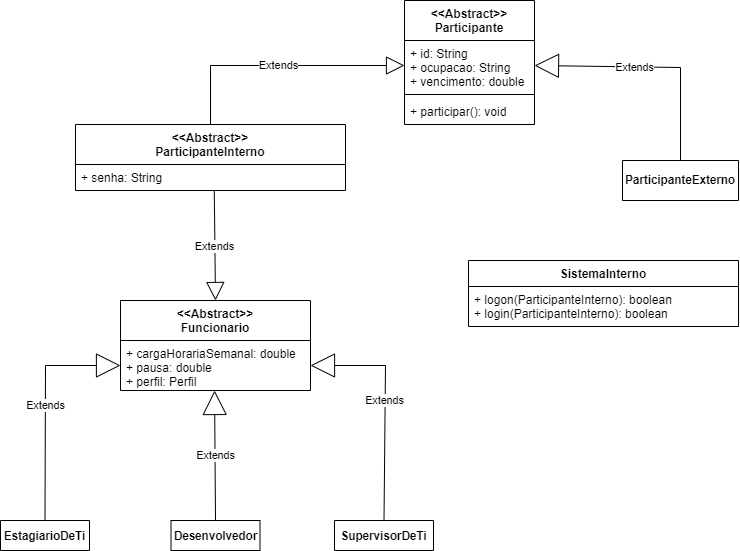
andre-alck/erp keeps this draw.io diagram as erp.png. Above is the earlier version. Source tidied: cells renumbered, new cells last; positions are measured from the earlier drawing's top-left corner, leaving out a move shared by most shapes.
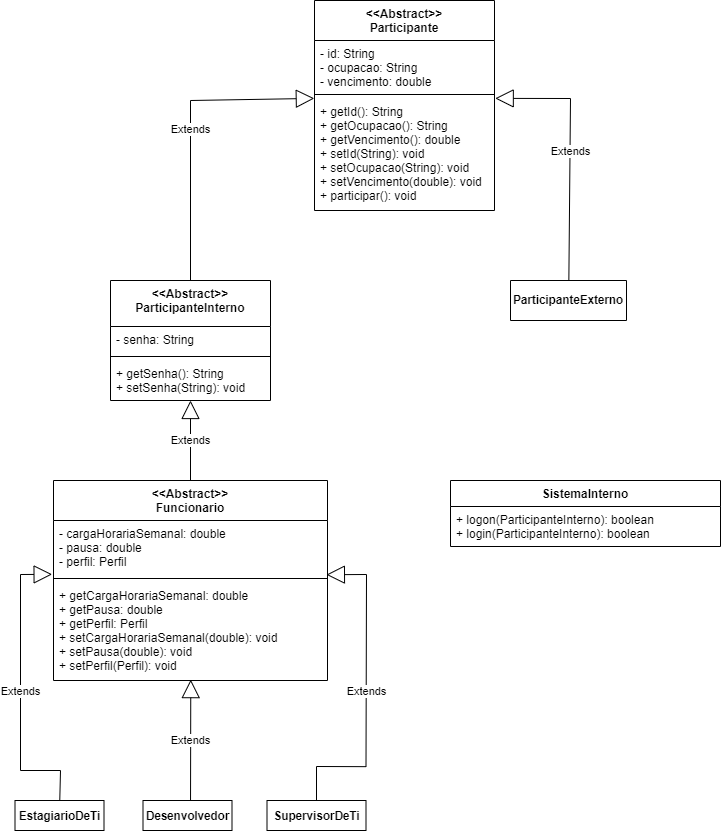
Later version of the same file.

Commit message:
feat: update diagrama uml

The edit, as a diff of the source:
```diff
@@ -3,83 +3,99 @@
     <mxCell id="0" />
     <mxCell id="1" parent="0" />
     <mxCell id="2" value="&lt;div style=&quot;&quot;&gt;&lt;span style=&quot;font-size: 11.64px;&quot;&gt;&lt;b&gt;ParticipanteExterno&lt;/b&gt;&lt;/span&gt;&lt;/div&gt;" style="verticalAlign=middle;align=center;vsdxID=5;fillColor=#ffffff;gradientColor=none;shape=(stored shape, 172 characters);strokeColor=#000000;spacingTop=-3;spacingBottom=-3;spacingLeft=-3;spacingRight=-3;points=[];labelBackgroundColor=none;rounded=0;html=1;whiteSpace=wrap;" parent="1" vertex="1">
-      <mxGeometry x="622" y="160" width="116" height="40" as="geometry" />
+      <mxGeometry x="454" y="240" width="116" height="40" as="geometry" />
     </mxCell>
     <mxCell id="3" value="&lt;div style=&quot;font-size: 1px&quot;&gt;&lt;font style=&quot;font-size:11.64px;font-family:Helvetica;color:#000000;direction:ltr;letter-spacing:0px;line-height:120%;opacity:1&quot;&gt;&lt;b&gt;SupervisorDeTi&lt;/b&gt;&lt;/font&gt;&lt;/div&gt;" style="verticalAlign=middle;align=center;vsdxID=8;fillColor=#ffffff;gradientColor=none;shape=(stored shape, 172 characters);strokeColor=#000000;spacingTop=-3;spacingBottom=-3;spacingLeft=-3;spacingRight=-3;points=[];labelBackgroundColor=none;rounded=0;html=1;whiteSpace=wrap;" parent="1" vertex="1">
-      <mxGeometry x="334" y="520" width="99" height="30" as="geometry" />
+      <mxGeometry x="210.5" y="760" width="99" height="30" as="geometry" />
     </mxCell>
     <mxCell id="4" value="&lt;div style=&quot;font-size: 1px&quot;&gt;&lt;font style=&quot;font-size:11.64px;font-family:Helvetica;color:#000000;direction:ltr;letter-spacing:0px;line-height:120%;opacity:1&quot;&gt;&lt;b&gt;EstagiarioDeTi&lt;/b&gt;&lt;/font&gt;&lt;/div&gt;" style="verticalAlign=middle;align=center;vsdxID=13;fillColor=#ffffff;gradientColor=none;shape=(stored shape, 172 characters);strokeColor=#000000;spacingTop=-3;spacingBottom=-3;spacingLeft=-3;spacingRight=-3;points=[];labelBackgroundColor=none;rounded=0;html=1;whiteSpace=wrap;" parent="1" vertex="1">
-      <mxGeometry y="520" width="89" height="30" as="geometry" />
+      <mxGeometry x="-41.5" y="760" width="89" height="30" as="geometry" />
     </mxCell>
     <mxCell id="5" value="&lt;div style=&quot;font-size: 1px&quot;&gt;&lt;font style=&quot;font-size:11.64px;font-family:Helvetica;color:#000000;direction:ltr;letter-spacing:0px;line-height:120%;opacity:1&quot;&gt;&lt;b&gt;Desenvolvedor&lt;/b&gt;&lt;/font&gt;&lt;/div&gt;" style="verticalAlign=middle;align=center;vsdxID=14;fillColor=#ffffff;gradientColor=none;shape=(stored shape, 172 characters);strokeColor=#000000;spacingTop=-3;spacingBottom=-3;spacingLeft=-3;spacingRight=-3;points=[];labelBackgroundColor=none;rounded=0;html=1;whiteSpace=wrap;" parent="1" vertex="1">
-      <mxGeometry x="170.5" y="520" width="89" height="30" as="geometry" />
+      <mxGeometry x="86.5" y="760" width="89" height="30" as="geometry" />
     </mxCell>
     <mxCell id="6" parent="1" vertex="1">
-      <mxGeometry x="210" y="300" as="geometry" />
+      <mxGeometry x="316.5" y="530" as="geometry" />
     </mxCell>
-    <mxCell id="7" value="&lt;div style=&quot;font-size: 1px&quot;&gt;&lt;font style=&quot;font-size:10.67px;font-family:Helvetica;color:#000000;direction:ltr;letter-spacing:0px;line-height:120%;opacity:1&quot;&gt;Extends&lt;/font&gt;&lt;/div&gt;" style="vsdxID=7;edgeStyle=none;startArrow=none;endFill=0;endArrow=block;startSize=5;endSize=22;strokeColor=#000000;spacingTop=0;spacingBottom=0;spacingLeft=0;spacingRight=0;verticalAlign=middle;html=1;labelBackgroundColor=#ffffff;rounded=0;align=center;exitX=0.5;exitY=0;exitDx=0;exitDy=0;exitPerimeter=0;entryX=1;entryY=0.5;entryDx=0;entryDy=0;" parent="1" edge="1" source="2" target="14">
-      <mxGeometry x="0.16" y="1" relative="1" as="geometry">
-        <Array as="points">
-          <mxPoint x="680" y="67" />
-        </Array>
-      </mxGeometry>
-    </mxCell>
-    <mxCell id="8" value="&lt;div style=&quot;font-size: 1px&quot;&gt;&lt;font style=&quot;font-size:10.67px;font-family:Helvetica;color:#000000;direction:ltr;letter-spacing:0px;line-height:120%;opacity:1&quot;&gt;Extends&lt;/font&gt;&lt;/div&gt;" style="vsdxID=15;edgeStyle=none;startArrow=none;endFill=0;endArrow=block;startSize=5;endSize=22;strokeColor=#000000;spacingTop=0;spacingBottom=0;spacingLeft=0;spacingRight=0;verticalAlign=middle;html=1;labelBackgroundColor=#ffffff;rounded=0;align=center;exitX=0.5;exitY=0;exitDx=0;exitDy=0;exitPerimeter=0;entryX=1;entryY=0.5;entryDx=0;entryDy=0;" parent="1" edge="1" source="3" target="12">
-      <mxGeometry x="0.04" y="1" relative="1" as="geometry">
-        <Array as="points">
-          <mxPoint x="385" y="365" />
-        </Array>
-      </mxGeometry>
-    </mxCell>
-    <mxCell id="9" value="&lt;div style=&quot;font-size: 1px&quot;&gt;&lt;font style=&quot;font-size:10.67px;font-family:Helvetica;color:#000000;direction:ltr;letter-spacing:0px;line-height:120%;opacity:1&quot;&gt;Extends&lt;/font&gt;&lt;/div&gt;" style="vsdxID=16;edgeStyle=none;startArrow=none;endFill=0;endArrow=block;startSize=5;endSize=22;strokeColor=#000000;spacingTop=0;spacingBottom=0;spacingLeft=0;spacingRight=0;verticalAlign=middle;html=1;labelBackgroundColor=#ffffff;rounded=0;align=center;exitX=0.5;exitY=0;exitDx=0;exitDy=0;exitPerimeter=0;entryX=0.495;entryY=1;entryDx=0;entryDy=0;entryPerimeter=0;" parent="1" edge="1" source="5" target="12">
-      <mxGeometry relative="1" as="geometry" />
-    </mxCell>
-    <mxCell id="10" value="&lt;div style=&quot;font-size: 1px&quot;&gt;&lt;font style=&quot;font-size:10.67px;font-family:Helvetica;color:#000000;direction:ltr;letter-spacing:0px;line-height:120%;opacity:1&quot;&gt;Extends&lt;/font&gt;&lt;/div&gt;" style="vsdxID=17;edgeStyle=none;startArrow=none;endFill=0;endArrow=block;startSize=5;endSize=22;strokeColor=#000000;spacingTop=0;spacingBottom=0;spacingLeft=0;spacingRight=0;verticalAlign=middle;html=1;labelBackgroundColor=#ffffff;rounded=0;align=center;exitX=0.5;exitY=0;exitDx=0;exitDy=0;exitPerimeter=0;entryX=0;entryY=0.5;entryDx=0;entryDy=0;" parent="1" edge="1" source="4" target="12">
-      <mxGeometry relative="1" as="geometry">
-        <Array as="points">
-          <mxPoint x="45" y="365" />
-        </Array>
-      </mxGeometry>
-    </mxCell>
-    <mxCell id="11" value="&lt;&lt;Abstract&gt;&gt;&#10;Funcionario" style="swimlane;fontStyle=1;align=center;verticalAlign=top;horizontal=1;startSize=40;" parent="1" vertex="1">
-      <mxGeometry x="120" y="300" width="190" height="90" as="geometry" />
-    </mxCell>
-    <mxCell id="12" value="+ cargaHorariaSemanal: double&#10;+ pausa: double&#10;+ perfil: Perfil" style="text;strokeColor=none;fillColor=none;align=left;verticalAlign=top;spacingLeft=4;spacingRight=4;overflow=hidden;points=[[0,0.5],[1,0.5]];portConstraint=eastwest;" parent="11" vertex="1">
-      <mxGeometry y="40" width="190" height="50" as="geometry" />
-    </mxCell>
     <mxCell id="13" value="&lt;&lt;Abstract&gt;&gt;&#10;Participante" style="swimlane;fontStyle=1;align=center;verticalAlign=top;horizontal=1;startSize=40;" parent="1" vertex="1">
-      <mxGeometry x="404" width="130" height="124" as="geometry" />
+      <mxGeometry x="258" y="-40" width="180" height="210" as="geometry" />
     </mxCell>
-    <mxCell id="14" value="+ id: String&#10;+ ocupacao: String&#10;+ vencimento: double" style="text;strokeColor=none;fillColor=none;align=left;verticalAlign=top;spacingLeft=4;spacingRight=4;overflow=hidden;points=[[0,0.5],[1,0.5]];portConstraint=eastwest;" parent="13" vertex="1">
-      <mxGeometry y="40" width="130" height="50" as="geometry" />
+    <mxCell id="14" value="- id: String&#10;- ocupacao: String&#10;- vencimento: double" style="text;strokeColor=none;fillColor=none;align=left;verticalAlign=top;spacingLeft=4;spacingRight=4;overflow=hidden;points=[[0,0.5],[1,0.5]];portConstraint=eastwest;" parent="13" vertex="1">
+      <mxGeometry y="40" width="180" height="50" as="geometry" />
     </mxCell>
     <mxCell id="15" style="line;strokeWidth=1;fillColor=none;align=left;verticalAlign=middle;spacingTop=-1;spacingLeft=3;spacingRight=3;labelPosition=right;strokeColor=inherit;" parent="13" vertex="1">
-      <mxGeometry y="90" width="130" height="8" as="geometry" />
+      <mxGeometry y="90" width="180" height="8" as="geometry" />
     </mxCell>
-    <mxCell id="16" value="+ participar(): void" style="text;strokeColor=none;fillColor=none;align=left;verticalAlign=top;spacingLeft=4;spacingRight=4;overflow=hidden;points=[[0,0.5],[1,0.5]];portConstraint=eastwest;" parent="13" vertex="1">
-      <mxGeometry y="98" width="130" height="26" as="geometry" />
+    <mxCell id="16" value="+ getId(): String&#10;+ getOcupacao(): String&#10;+ getVencimento(): double&#10;+ setId(String): void&#10;+ setOcupacao(String): void&#10;+ setVencimento(double): void&#10;+ participar(): void" style="text;strokeColor=none;fillColor=none;align=left;verticalAlign=top;spacingLeft=4;spacingRight=4;overflow=hidden;points=[[0,0.5],[1,0.5]];portConstraint=eastwest;" parent="13" vertex="1">
+      <mxGeometry y="98" width="180" height="112" as="geometry" />
     </mxCell>
-    <mxCell id="17" value="&lt;&lt;Abstract&gt;&gt;&#10;ParticipanteInterno" style="swimlane;fontStyle=1;align=center;verticalAlign=top;horizontal=1;startSize=40;" parent="1" vertex="1">
-      <mxGeometry x="75" y="124" width="270" height="66" as="geometry" />
-    </mxCell>
-    <mxCell id="18" value="+ senha: String" style="text;strokeColor=none;fillColor=none;align=left;verticalAlign=top;spacingLeft=4;spacingRight=4;overflow=hidden;points=[[0,0.5],[1,0.5]];portConstraint=eastwest;" parent="17" vertex="1">
-      <mxGeometry y="40" width="270" height="26" as="geometry" />
-    </mxCell>
-    <mxCell id="19" value="Extends" style="endArrow=block;endSize=16;endFill=0;html=1;rounded=0;entryX=0.5;entryY=0;entryDx=0;entryDy=0;exitX=0.514;exitY=1.019;exitDx=0;exitDy=0;exitPerimeter=0;" parent="1" edge="1" source="18" target="11">
-      <mxGeometry relative="1" as="geometry" />
-    </mxCell>
-    <mxCell id="20" value="Extends" style="endArrow=block;endSize=16;endFill=0;html=1;rounded=0;exitX=0.5;exitY=0;exitDx=0;exitDy=0;entryX=0;entryY=0.5;entryDx=0;entryDy=0;" parent="1" edge="1" source="17" target="14">
-      <mxGeometry relative="1" as="geometry">
-        <Array as="points">
-          <mxPoint x="210" y="65" />
-        </Array>
-      </mxGeometry>
-    </mxCell>
     <mxCell id="21" value="SistemaInterno" style="swimlane;fontStyle=1;align=center;verticalAlign=top;horizontal=1;startSize=26;" parent="1" vertex="1">
-      <mxGeometry x="468" y="260" width="270" height="66" as="geometry" />
+      <mxGeometry x="394" y="440" width="270" height="66" as="geometry" />
     </mxCell>
     <mxCell id="22" value="+ logon(ParticipanteInterno): boolean&#10;+ login(ParticipanteInterno): boolean" style="text;strokeColor=none;fillColor=none;align=left;verticalAlign=top;spacingLeft=4;spacingRight=4;overflow=hidden;" parent="21" vertex="1">
       <mxGeometry y="26" width="270" height="40" as="geometry" />
     </mxCell>
+    <mxCell id="17" value="&lt;&lt;Abstract&gt;&gt;&#10;ParticipanteInterno" style="swimlane;fontStyle=1;align=center;verticalAlign=top;horizontal=1;startSize=46;" parent="1" vertex="1">
+      <mxGeometry x="54" y="240" width="160" height="120" as="geometry" />
+    </mxCell>
+    <mxCell id="23" value="- senha: String" style="text;strokeColor=none;fillColor=none;align=left;verticalAlign=top;spacingLeft=4;spacingRight=4;overflow=hidden;" parent="17" vertex="1">
+      <mxGeometry y="46" width="160" height="26" as="geometry" />
+    </mxCell>
+    <mxCell id="24" style="line;strokeWidth=1;fillColor=none;align=left;verticalAlign=middle;spacingTop=-1;spacingLeft=3;spacingRight=3;labelPosition=right;strokeColor=inherit;" parent="17" vertex="1">
+      <mxGeometry y="72" width="160" height="8" as="geometry" />
+    </mxCell>
+    <mxCell id="25" value="+ getSenha(): String&#10;+ setSenha(String): void" style="text;strokeColor=none;fillColor=none;align=left;verticalAlign=top;spacingLeft=4;spacingRight=4;overflow=hidden;points=[[0,0.5],[1,0.5]];portConstraint=eastwest;" parent="17" vertex="1">
+      <mxGeometry y="80" width="160" height="40" as="geometry" />
+    </mxCell>
+    <mxCell id="11" value="&lt;&lt;Abstract&gt;&gt;&#10;Funcionario" style="swimlane;fontStyle=1;align=center;verticalAlign=top;horizontal=1;startSize=40;" parent="1" vertex="1">
+      <mxGeometry x="-3" y="440" width="274" height="200" as="geometry" />
+    </mxCell>
+    <mxCell id="26" value="- cargaHorariaSemanal: double&#10;- pausa: double&#10;- perfil: Perfil" style="text;strokeColor=none;fillColor=none;align=left;verticalAlign=top;spacingLeft=4;spacingRight=4;overflow=hidden;points=[[0,0.5],[1,0.5]];portConstraint=eastwest;" parent="11" vertex="1">
+      <mxGeometry y="40" width="274" height="54" as="geometry" />
+    </mxCell>
+    <mxCell id="27" style="line;strokeWidth=1;fillColor=none;align=left;verticalAlign=middle;spacingTop=-1;spacingLeft=3;spacingRight=3;labelPosition=right;strokeColor=inherit;" parent="11" vertex="1">
+      <mxGeometry y="94" width="274" height="8" as="geometry" />
+    </mxCell>
+    <mxCell id="28" value="+ getCargaHorariaSemanal: double&#10;+ getPausa: double&#10;+ getPerfil: Perfil&#10;+ setCargaHorariaSemanal(double): void&#10;+ setPausa(double): void&#10;+ setPerfil(Perfil): void" style="text;strokeColor=none;fillColor=none;align=left;verticalAlign=top;spacingLeft=4;spacingRight=4;overflow=hidden;points=[[0,0.5],[1,0.5]];portConstraint=eastwest;" parent="11" vertex="1">
+      <mxGeometry y="102" width="274" height="98" as="geometry" />
+    </mxCell>
+    <mxCell id="29" value="Extends" style="endArrow=block;endSize=16;endFill=0;html=1;rounded=0;exitX=0.5;exitY=0;exitDx=0;exitDy=0;entryX=-0.001;entryY=-0.001;entryDx=0;entryDy=0;entryPerimeter=0;" parent="1" edge="1" source="17" target="16">
+      <mxGeometry relative="1" as="geometry">
+        <Array as="points">
+          <mxPoint x="134" y="60" />
+        </Array>
+      </mxGeometry>
+    </mxCell>
+    <mxCell id="30" value="Extends" style="endArrow=block;endSize=16;endFill=0;html=1;rounded=0;exitX=0.5;exitY=0;exitDx=0;exitDy=0;entryX=0.5;entryY=1;entryDx=0;entryDy=0;entryPerimeter=0;" parent="1" edge="1" source="11" target="25">
+      <mxGeometry relative="1" as="geometry" />
+    </mxCell>
+    <mxCell id="31" value="Extends" style="endArrow=block;endSize=16;endFill=0;html=1;rounded=0;entryX=-0.005;entryY=0.997;entryDx=0;entryDy=0;entryPerimeter=0;exitX=0.503;exitY=0.002;exitDx=0;exitDy=0;exitPerimeter=0;" parent="1" edge="1" source="4" target="26">
+      <mxGeometry relative="1" as="geometry">
+        <Array as="points">
+          <mxPoint x="4" y="730" />
+          <mxPoint x="-36" y="730" />
+          <mxPoint x="-36" y="534" />
+        </Array>
+      </mxGeometry>
+    </mxCell>
+    <mxCell id="32" value="Extends" style="endArrow=block;endSize=16;endFill=0;html=1;rounded=0;exitX=0.5;exitY=0.002;exitDx=0;exitDy=0;exitPerimeter=0;entryX=0.996;entryY=1.004;entryDx=0;entryDy=0;entryPerimeter=0;" parent="1" edge="1" source="3" target="26">
+      <mxGeometry relative="1" as="geometry">
+        <Array as="points">
+          <mxPoint x="260" y="726" />
+          <mxPoint x="309.5" y="726.2" />
+          <mxPoint x="310" y="534" />
+        </Array>
+      </mxGeometry>
+    </mxCell>
+    <mxCell id="33" value="Extends" style="endArrow=block;endSize=16;endFill=0;html=1;rounded=0;entryX=0.501;entryY=0.991;entryDx=0;entryDy=0;entryPerimeter=0;exitX=0.534;exitY=0;exitDx=0;exitDy=0;exitPerimeter=0;" parent="1" edge="1" source="5" target="28">
+      <mxGeometry relative="1" as="geometry" />
+    </mxCell>
+    <mxCell id="34" value="Extends" style="endArrow=block;endSize=16;endFill=0;html=1;rounded=0;entryX=1.004;entryY=-0.001;entryDx=0;entryDy=0;entryPerimeter=0;exitX=0.503;exitY=0;exitDx=0;exitDy=0;exitPerimeter=0;" parent="1" edge="1" source="2" target="16">
+      <mxGeometry relative="1" as="geometry">
+        <Array as="points">
+          <mxPoint x="514" y="58" />
+        </Array>
+      </mxGeometry>
+    </mxCell>
   </root>
 </mxGraphModel>
```
